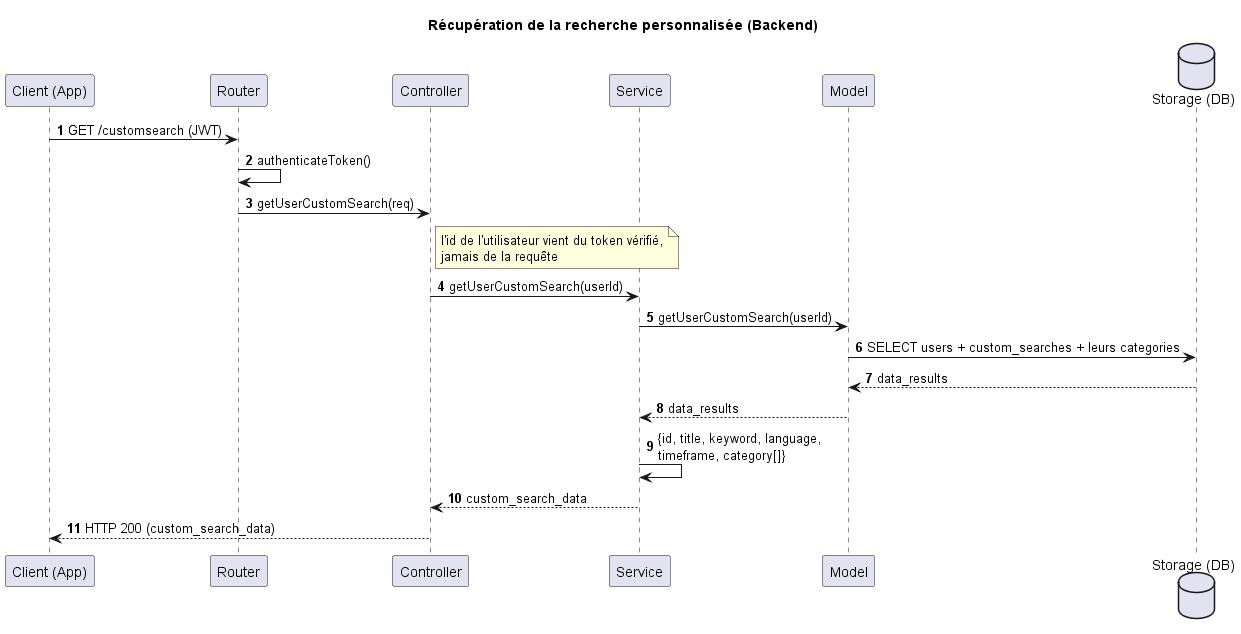
Above: docs/UML/search-history-get-diagram-Récupération_de_la_recherche_personnalisée__Backend_.png in TPI2026-NewsGenerator/NewsGenerator-Backend (PlantUML), before the change.
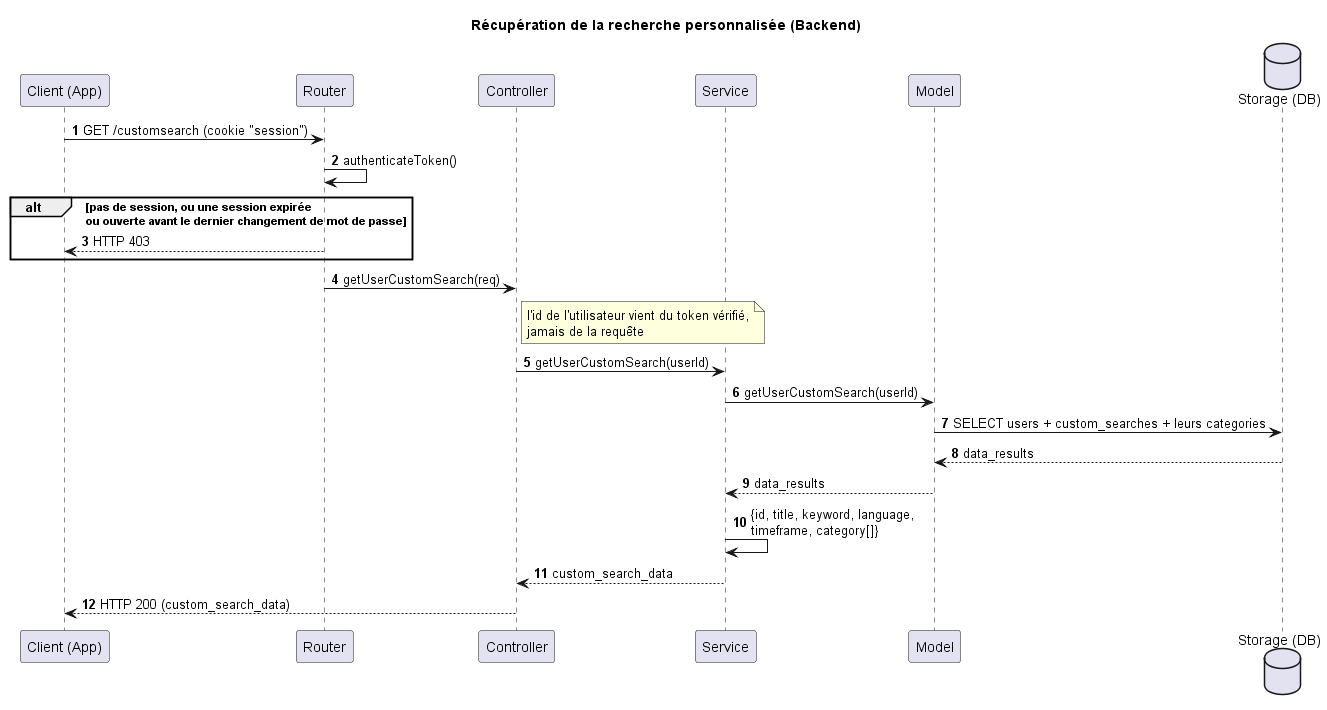
After the change.

Diff of the diagram source:
```diff
@@ -10,8 +10,11 @@
 database "Storage (DB)" as Storage
 
 
-Client -> Router : GET /customsearch (JWT)
+Client -> Router : GET /customsearch (cookie "session")
 Router -> Router : authenticateToken()
+alt pas de session, ou une session expirée\nou ouverte avant le dernier changement de mot de passe
+    Router --> Client : HTTP 403
+end
 Router -> Controller : getUserCustomSearch(req)
 note right of Controller : l'id de l'utilisateur vient du token vérifié,\njamais de la requête
 Controller -> Service : getUserCustomSearch(userId)
```
